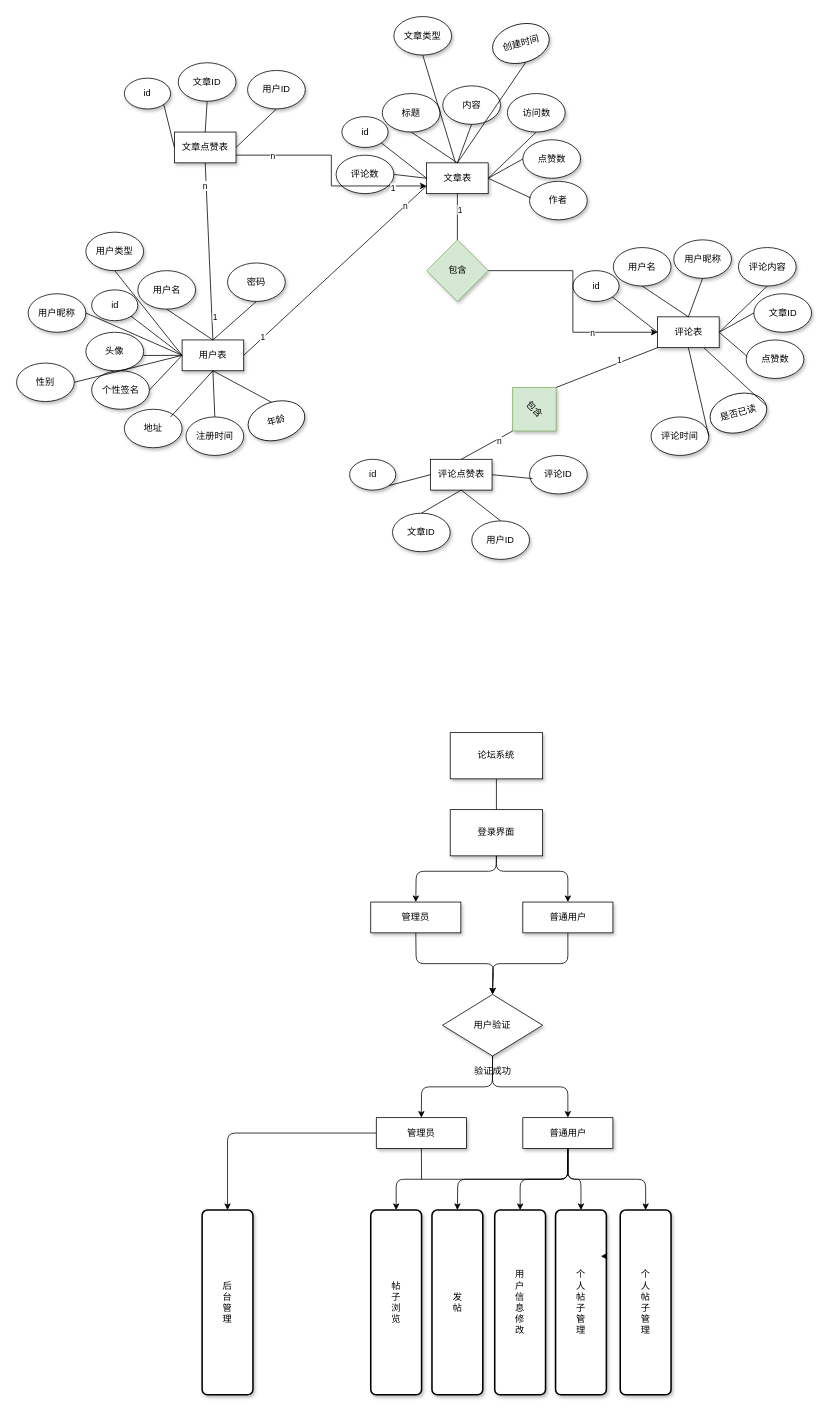
Earlier version of the draw.io diagram Untitled Diagram.drawio (luodr/fly). Source tidied: cells renumbered, new cells numbered last; positions are measured from the earlier drawing's top-left corner, leaving out a move shared by most shapes. Both pictures are drawn from the tidied source at 77%, with x=0, y=0 at pixel (16, 16).
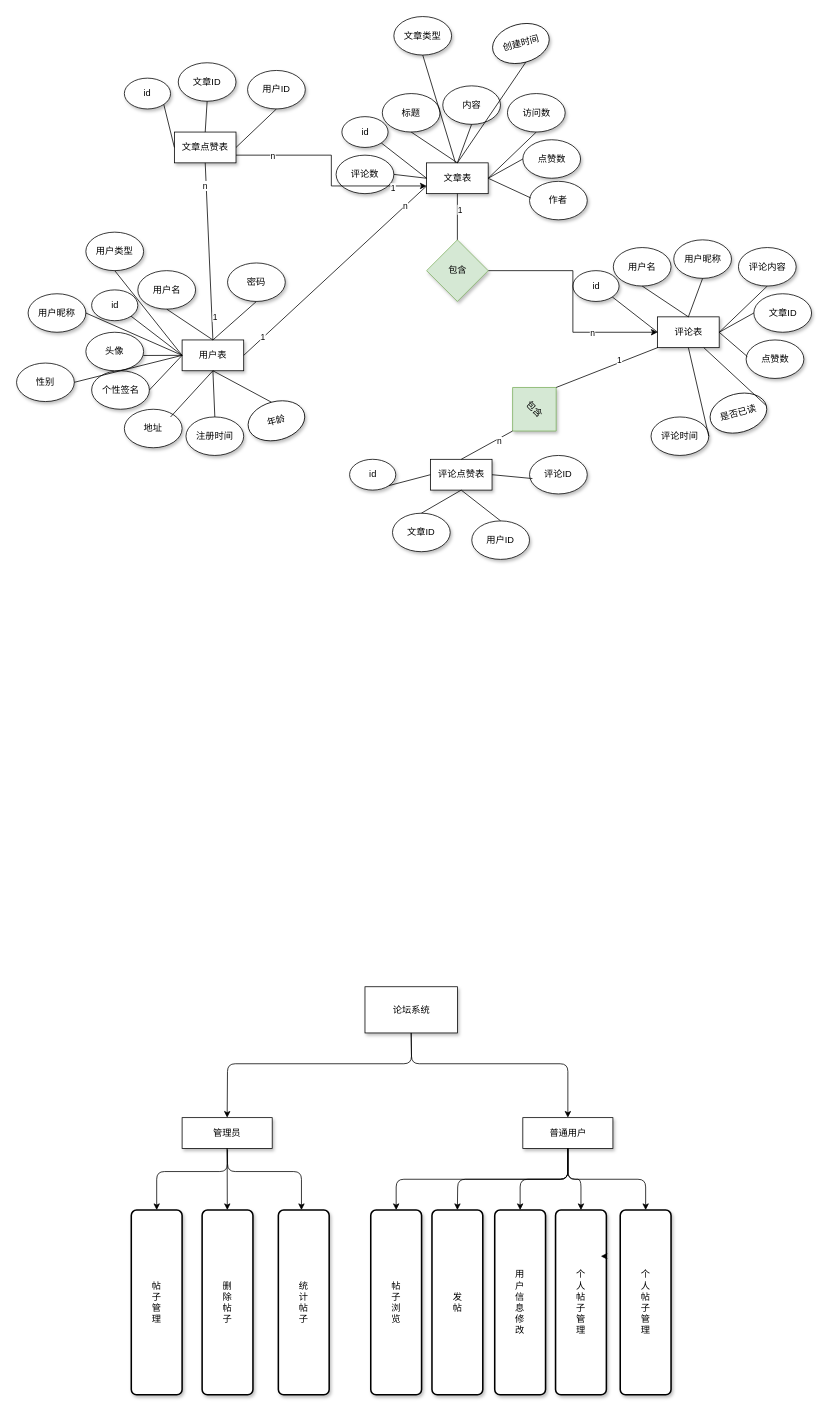
The same diagram, later.

Unchanged cells that the change refers to:
```xml
<mxCell id="106" value="普通用户" style="rounded=0;whiteSpace=wrap;html=1;shadow=1;" parent="1" vertex="1">
  <mxGeometry x="657.5" y="1430" width="117" height="40" as="geometry" />
</mxCell>
```

Diff of the diagram source:
```diff
@@
     <mxCell id="96" value="论坛系统" style="rounded=0;whiteSpace=wrap;html=1;shadow=1;" parent="1" vertex="1">
-      <mxGeometry x="563.2" y="930" width="120" height="60" as="geometry" />
+      <mxGeometry x="452.5" y="1260" width="120" height="60" as="geometry" />
     </mxCell>
-    <mxCell id="97" value="登录界面" style="rounded=0;whiteSpace=wrap;html=1;shadow=1;" parent="1" vertex="1">
-      <mxGeometry x="563.2" y="1030" width="120" height="60" as="geometry" />
-    </mxCell>
-    <mxCell id="98" value="管理员" style="rounded=0;whiteSpace=wrap;html=1;shadow=1;" parent="1" vertex="1">
-      <mxGeometry x="460" y="1150" width="117" height="40" as="geometry" />
-    </mxCell>
-    <mxCell id="99" value="普通用户" style="rounded=0;whiteSpace=wrap;html=1;shadow=1;" parent="1" vertex="1">
-      <mxGeometry x="657.5" y="1150" width="117" height="40" as="geometry" />
-    </mxCell>
-    <mxCell id="100" value="用户验证" style="rhombus;whiteSpace=wrap;html=1;shadow=1;" parent="1" vertex="1">
-      <mxGeometry x="553.2" y="1270" width="130" height="80" as="geometry" />
-    </mxCell>
-    <mxCell id="101" style="endArrow=classic;html=1;exitX=0.5;exitY=1;exitDx=0;exitDy=0;entryX=0.5;entryY=0;entryDx=0;entryDy=0;" parent="1" edge="1" source="98" target="100">
-      <mxGeometry relative="1" as="geometry">
-        <Array as="points">
-          <mxPoint x="519" y="1230" />
-          <mxPoint x="620" y="1230" />
-        </Array>
-      </mxGeometry>
-    </mxCell>
-    <mxCell id="102" style="endArrow=classic;html=1;exitX=0.5;exitY=1;exitDx=0;exitDy=0;entryX=0.5;entryY=0;entryDx=0;entryDy=0;" parent="1" edge="1" source="99" target="100">
-      <mxGeometry relative="1" as="geometry">
-        <Array as="points">
-          <mxPoint x="716" y="1230" />
-          <mxPoint x="618" y="1230" />
-        </Array>
-      </mxGeometry>
-    </mxCell>
-    <mxCell id="103" style="endArrow=classic;html=1;exitX=0.5;exitY=1;exitDx=0;exitDy=0;entryX=0.5;entryY=0;entryDx=0;entryDy=0;" parent="1" edge="1" source="97" target="98">
-      <mxGeometry relative="1" as="geometry">
-        <Array as="points">
-          <mxPoint x="623" y="1110" />
-          <mxPoint x="519" y="1110" />
-        </Array>
-      </mxGeometry>
-    </mxCell>
-    <mxCell id="104" style="endArrow=classic;html=1;exitX=0.5;exitY=1;exitDx=0;exitDy=0;entryX=0.5;entryY=0;entryDx=0;entryDy=0;" parent="1" edge="1" source="97" target="99">
-      <mxGeometry relative="1" as="geometry">
-        <Array as="points">
-          <mxPoint x="623" y="1110" />
-          <mxPoint x="716" y="1110" />
-        </Array>
-      </mxGeometry>
-    </mxCell>
     <mxCell id="105" value="管理员" style="rounded=0;whiteSpace=wrap;html=1;shadow=1;" parent="1" vertex="1">
-      <mxGeometry x="467.2" y="1430" width="117" height="40" as="geometry" />
+      <mxGeometry x="215" y="1430" width="117" height="40" as="geometry" />
     </mxCell>
@@
-    <mxCell id="107" style="endArrow=classic;html=1;exitX=0.5;exitY=1;exitDx=0;exitDy=0;entryX=0.5;entryY=0;entryDx=0;entryDy=0;" parent="1" edge="1" source="100" target="105">
-      <mxGeometry relative="1" as="geometry">
-        <Array as="points">
-          <mxPoint x="618" y="1390" />
-          <mxPoint x="526" y="1390" />
-        </Array>
-      </mxGeometry>
-    </mxCell>
-    <mxCell id="108" style="endArrow=classic;html=1;entryX=0.5;entryY=0;entryDx=0;entryDy=0;exitX=0.5;exitY=1;exitDx=0;exitDy=0;" parent="1" edge="1" source="100" target="106">
-      <mxGeometry relative="1" as="geometry">
-        <Array as="points">
-          <mxPoint x="618" y="1390" />
-          <mxPoint x="716" y="1390" />
-        </Array>
-      </mxGeometry>
-    </mxCell>
-    <mxCell id="109" value="验证成功" style="text;html=1;strokeColor=none;fillColor=none;align=center;verticalAlign=middle;whiteSpace=wrap;rounded=0;shadow=1;strokeWidth=5;" parent="1" vertex="1">
-      <mxGeometry x="567" y="1360" width="102.5" height="20" as="geometry" />
-    </mxCell>
-    <mxCell id="110" value="后&lt;br&gt;台&lt;br&gt;管&lt;br&gt;理" style="rounded=1;whiteSpace=wrap;html=1;absoluteArcSize=1;arcSize=14;strokeWidth=2;shadow=1;" parent="1" vertex="1">
+    <mxCell id="110" value="删&lt;br&gt;除&lt;br&gt;帖&lt;br&gt;子" style="rounded=1;whiteSpace=wrap;html=1;absoluteArcSize=1;arcSize=14;strokeWidth=2;shadow=1;" parent="1" vertex="1">
       <mxGeometry x="241" y="1550" width="66" height="240" as="geometry" />
     </mxCell>
@@
-    <mxCell id="117" style="endArrow=classic;html=1;exitX=0;exitY=0.5;exitDx=0;exitDy=0;entryX=0.5;entryY=0;entryDx=0;entryDy=0;" parent="1" edge="1" source="105" target="110">
-      <mxGeometry relative="1" as="geometry">
-        <Array as="points">
-          <mxPoint x="274" y="1450" />
-        </Array>
-      </mxGeometry>
-    </mxCell>
@@
-    <mxCell id="123" style="endArrow=none;html=1;entryX=0.5;entryY=1;entryDx=0;entryDy=0;" parent="1" edge="1" target="105">
-      <mxGeometry relative="1" as="geometry">
-        <mxPoint x="526" y="1510" as="sourcePoint" />
-      </mxGeometry>
-    </mxCell>
-    <mxCell id="124" style="endArrow=none;html=1;exitX=0.5;exitY=1;exitDx=0;exitDy=0;entryX=0.5;entryY=0;entryDx=0;entryDy=0;" parent="1" edge="1" source="96" target="97">
-      <mxGeometry relative="1" as="geometry" />
-    </mxCell>
+    <mxCell id="125" value="统&lt;br&gt;计&lt;br&gt;帖&lt;br&gt;子" style="rounded=1;whiteSpace=wrap;html=1;absoluteArcSize=1;arcSize=14;strokeWidth=2;shadow=1;" parent="1" vertex="1">
+      <mxGeometry x="340" y="1550" width="66" height="240" as="geometry" />
+    </mxCell>
+    <mxCell id="126" value="帖&lt;br&gt;子&lt;br&gt;管&lt;br&gt;理" style="rounded=1;whiteSpace=wrap;html=1;absoluteArcSize=1;arcSize=14;strokeWidth=2;shadow=1;" parent="1" vertex="1">
+      <mxGeometry x="149" y="1550" width="66" height="240" as="geometry" />
+    </mxCell>
+    <mxCell id="127" style="endArrow=classic;html=1;exitX=0.5;exitY=1;exitDx=0;exitDy=0;entryX=0.5;entryY=0;entryDx=0;entryDy=0;" parent="1" edge="1" source="105" target="126">
+      <mxGeometry relative="1" as="geometry">
+        <Array as="points">
+          <mxPoint x="274" y="1500" />
+          <mxPoint x="182" y="1500" />
+        </Array>
+      </mxGeometry>
+    </mxCell>
+    <mxCell id="117" style="endArrow=classic;html=1;exitX=0.5;exitY=1;exitDx=0;exitDy=0;" parent="1" edge="1" source="105" target="110">
+      <mxGeometry relative="1" as="geometry" />
+    </mxCell>
+    <mxCell id="128" style="endArrow=classic;html=1;" parent="1" edge="1">
+      <mxGeometry relative="1" as="geometry">
+        <mxPoint x="274" y="1472" as="sourcePoint" />
+        <mxPoint x="370" y="1550" as="targetPoint" />
+        <Array as="points">
+          <mxPoint x="274" y="1500" />
+          <mxPoint x="370" y="1500" />
+        </Array>
+      </mxGeometry>
+    </mxCell>
+    <mxCell id="129" style="endArrow=classic;html=1;exitX=0.5;exitY=1;exitDx=0;exitDy=0;entryX=0.5;entryY=0;entryDx=0;entryDy=0;" parent="1" edge="1" source="96" target="105">
+      <mxGeometry relative="1" as="geometry">
+        <Array as="points">
+          <mxPoint x="513" y="1360" />
+          <mxPoint x="274" y="1360" />
+        </Array>
+      </mxGeometry>
+    </mxCell>
+    <mxCell id="130" style="endArrow=classic;html=1;exitX=0.5;exitY=1;exitDx=0;exitDy=0;entryX=0.5;entryY=0;entryDx=0;entryDy=0;" parent="1" edge="1" source="96" target="106">
+      <mxGeometry relative="1" as="geometry">
+        <Array as="points">
+          <mxPoint x="513" y="1360" />
+          <mxPoint x="716" y="1360" />
+        </Array>
+      </mxGeometry>
+    </mxCell>
```
